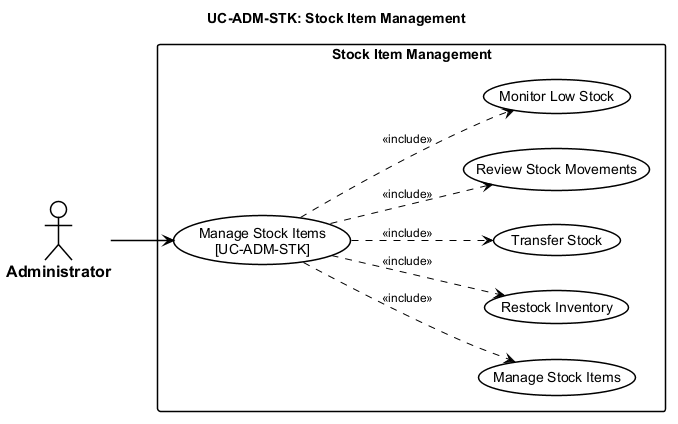
Earlier version of the PlantUML export thesis/figures/chapters/part2/ch2-design/02-use-cases/diagrams/P2S2.2.2_usecase-stock-item-management.png (qingfa-dev/ReSys.Shop).
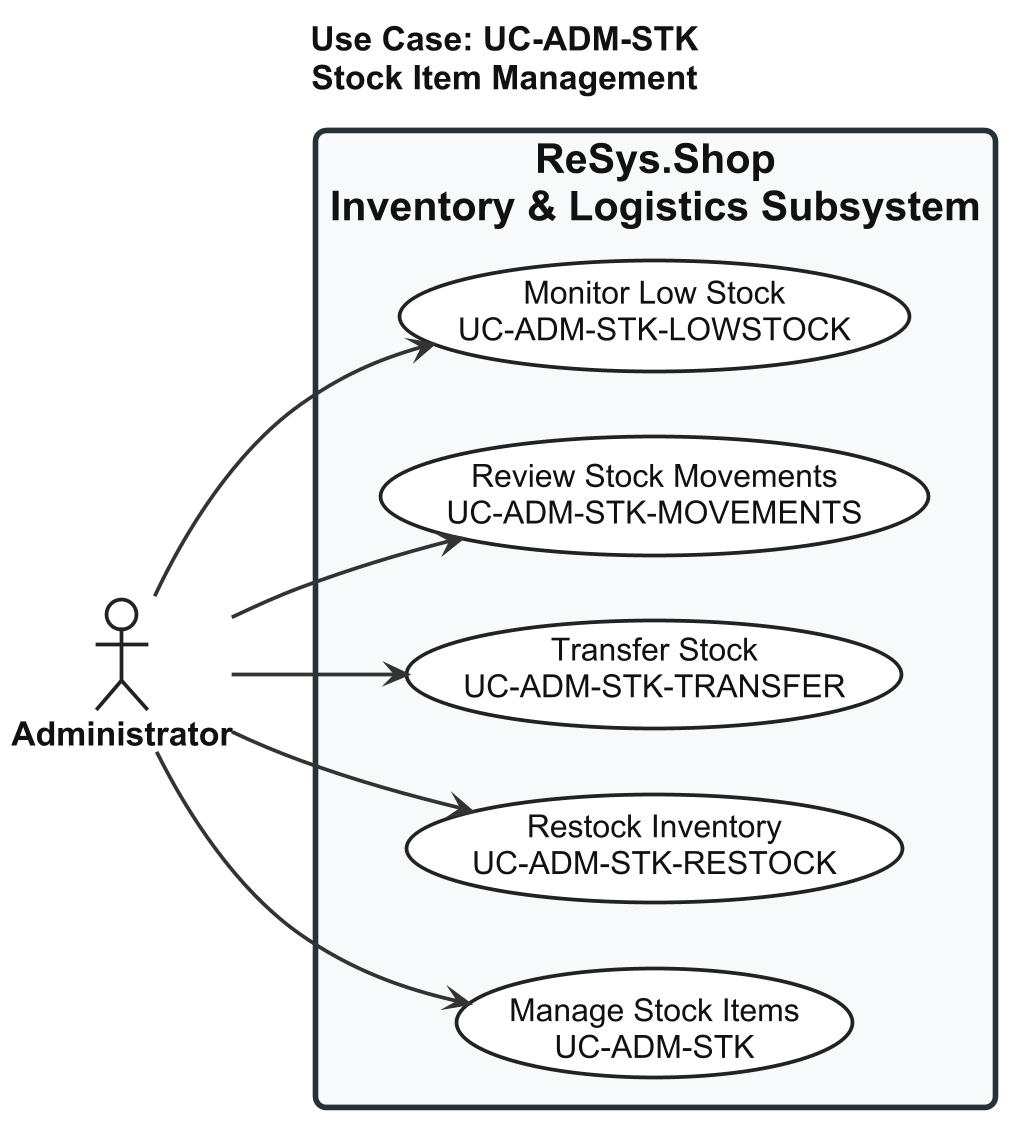
Above is the later version.

Diff of the diagram source:
```diff
@@ -1,57 +1,83 @@
 @startuml usecase-stock-item-management
+
 left to right direction
 
+skinparam shadowing false
+skinparam dpi 180
+
 <style>
-  root {
-    FontName "Arial"
-    FontSize 14
-    Shadowing 0
-  }
-  actor {
-    BackGroundColor #FFFFFF
-    LineColor #000000
-    LineThickness 1.5
-    FontColor #000000
-    FontStyle bold
-    FontSize 16
-  }
-  usecase {
-    BackGroundColor #FFFFFF
-    LineColor #000000
-    LineThickness 1.5
-    FontColor #000000
-  }
-  rectangle {
-    BackGroundColor #FFFFFF
-    LineColor #000000
-    LineThickness 1.5
-    FontStyle bold
-  }
-  arrow {
-    LineColor #000000
-    LineThickness 1.5
-    FontSize 12
-  }
+
+root {
+  FontName "Arial"
+  FontSize 18
+  FontColor #111111
+}
+
+actor {
+  FontName "Arial"
+  FontSize 18
+  FontStyle bold
+  FontColor #111111
+  BackgroundColor #FFFFFF
+  LineColor #222222
+  LineThickness 2
+}
+
+usecase {
+  FontName "Arial"
+  FontSize 17
+  FontColor #111111
+  FontStyle plain
+  BackgroundColor #FFFFFF
+  LineColor #222222
+  LineThickness 2
+  Padding 18
+}
+
+rectangle {
+  FontName "Arial"
+  FontSize 22
+  FontStyle bold
+  FontColor #111111
+  BackgroundColor #F7F9FA
+  LineColor #263238
+  LineThickness 3
+  RoundCorner 12
+  Padding 30
+}
+
+arrow {
+  FontName "Arial"
+  FontSize 15
+  FontColor #111111
+  LineColor #333333
+  LineThickness 2
+}
+
 </style>
-title UC-ADM-STK: Stock Item Management
+
+title Use Case: UC-ADM-STK\nStock Item Management
 
 actor "Administrator" as Admin
 
-rectangle "Stock Item Management" {
-  usecase "Manage Stock Items\n[UC-ADM-STK]" as UC_MAIN
-  usecase "Manage Stock Items" as UC_SUB_1
-  usecase "Restock Inventory" as UC_SUB_2
-  usecase "Transfer Stock" as UC_SUB_3
-  usecase "Review Stock Movements" as UC_SUB_4
-  usecase "Monitor Low Stock" as UC_SUB_5
+rectangle "ReSys.Shop\nInventory & Logistics Subsystem" {
 
-  UC_MAIN ..> UC_SUB_1 : <<include>>
-  UC_MAIN ..> UC_SUB_2 : <<include>>
-  UC_MAIN ..> UC_SUB_3 : <<include>>
-  UC_MAIN ..> UC_SUB_4 : <<include>>
-  UC_MAIN ..> UC_SUB_5 : <<include>>
+  usecase "Manage Stock Items\nUC-ADM-STK" as UC_MAIN
+
+  usecase "Restock Inventory\nUC-ADM-STK-RESTOCK" as UC_RESTOCK
+
+  usecase "Transfer Stock\nUC-ADM-STK-TRANSFER" as UC_TRANSFER
+
+  usecase "Review Stock Movements\nUC-ADM-STK-MOVEMENTS" as UC_MOVEMENTS
+
+  usecase "Monitor Low Stock\nUC-ADM-STK-LOWSTOCK" as UC_LOWSTOCK
+
 }
 
 Admin --> UC_MAIN
+Admin --> UC_RESTOCK
+Admin --> UC_TRANSFER
+Admin --> UC_MOVEMENTS
+Admin --> UC_LOWSTOCK
 
 @enduml
```
